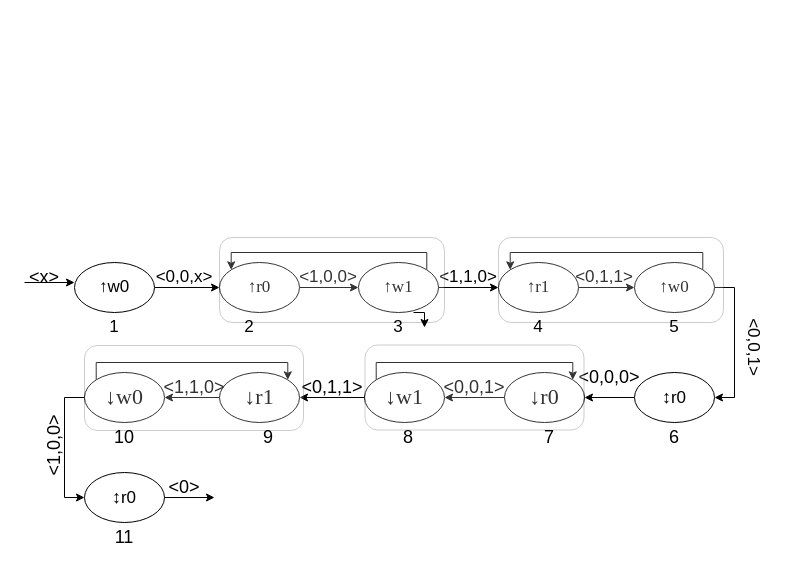
shanshan-lu/homwork keeps this draw.io diagram as doc/March C.drawio. Above is the earlier version. Source tidied: cells renumbered, new cells numbered last; positions are measured from the earlier drawing's top-left corner, leaving out a move shared by most shapes. Both pictures are drawn from the tidied source at 100%, with x=0, y=0 at pixel (24, 82).
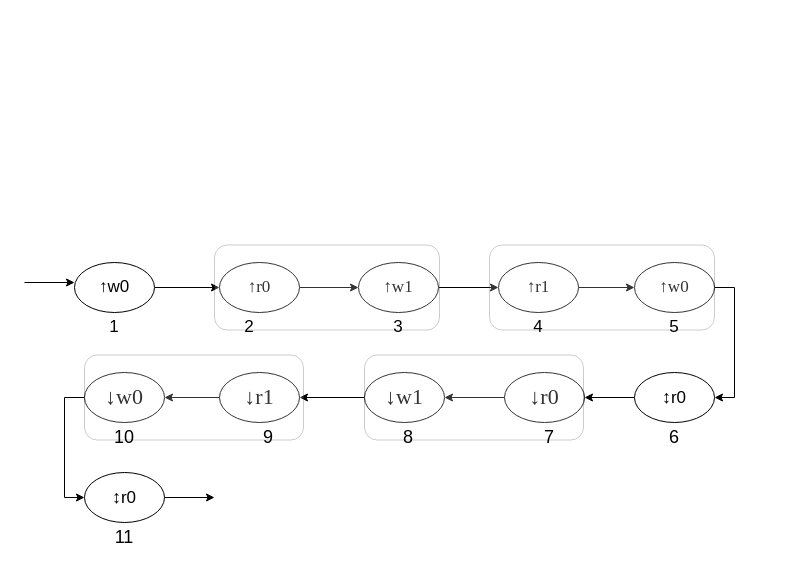
Above is the later version.

Unchanged cells that the change refers to:
```xml
<mxCell id="5" value="&lt;span style=&quot;font-family: &amp;quot;Times New Roman&amp;quot;;&quot;&gt;↑r0&lt;/span&gt;" style="ellipse;whiteSpace=wrap;html=1;fontSize=17;" parent="1" vertex="1">
  <mxGeometry x="195" y="180" width="80" height="50" as="geometry" />
</mxCell>
<mxCell id="8" value="&lt;span style=&quot;font-family: &amp;quot;Times New Roman&amp;quot;;&quot;&gt;↑w1&lt;/span&gt;" style="ellipse;whiteSpace=wrap;html=1;fontSize=17;" parent="1" vertex="1">
  <mxGeometry x="334" y="180" width="80" height="50" as="geometry" />
</mxCell>
<mxCell id="13" value="&lt;span style=&quot;font-family: &amp;quot;Times New Roman&amp;quot;;&quot;&gt;↑r1&lt;/span&gt;" style="ellipse;whiteSpace=wrap;html=1;fontSize=17;" parent="1" vertex="1">
  <mxGeometry x="474" y="180" width="80" height="50" as="geometry" />
</mxCell>
<mxCell id="17" value="3" style="text;html=1;strokeColor=none;fillColor=none;align=center;verticalAlign=middle;whiteSpace=wrap;rounded=0;glass=0;fontSize=17;opacity=20;" parent="1" vertex="1">
  <mxGeometry x="344" y="230" width="60" height="30" as="geometry" />
</mxCell>
<mxCell id="20" value="&lt;span style=&quot;font-family: &amp;quot;Times New Roman&amp;quot;;&quot;&gt;↑w0&lt;/span&gt;" style="ellipse;whiteSpace=wrap;html=1;fontSize=17;" parent="1" vertex="1">
  <mxGeometry x="610" y="180" width="80" height="50" as="geometry" />
</mxCell>
<mxCell id="30" value="&lt;span style=&quot;font-family: &amp;quot;Times New Roman&amp;quot;; font-size: 22px;&quot;&gt;↓w1&lt;/span&gt;" style="ellipse;whiteSpace=wrap;html=1;fontSize=17;" parent="1" vertex="1">
  <mxGeometry x="340" y="290" width="80" height="50" as="geometry" />
</mxCell>
<mxCell id="32" value="&lt;span style=&quot;font-family: &amp;quot;Times New Roman&amp;quot;; font-size: 22px;&quot;&gt;↓r1&lt;/span&gt;" style="ellipse;whiteSpace=wrap;html=1;fontSize=17;" parent="1" vertex="1">
  <mxGeometry x="195" y="290" width="80" height="50" as="geometry" />
</mxCell>
<mxCell id="36" value="&lt;span style=&quot;font-family: &amp;quot;Times New Roman&amp;quot;; font-size: 22px;&quot;&gt;↓w0&lt;/span&gt;" style="ellipse;whiteSpace=wrap;html=1;fontSize=17;" parent="1" vertex="1">
  <mxGeometry x="60" y="290" width="80" height="50" as="geometry" />
</mxCell>
<mxCell id="38" value="&lt;span style=&quot;font-family: &amp;quot;Times New Roman&amp;quot;; font-size: 22px;&quot;&gt;↓r0&lt;/span&gt;" style="ellipse;whiteSpace=wrap;html=1;fontSize=17;" parent="1" vertex="1">
  <mxGeometry x="480" y="290" width="80" height="50" as="geometry" />
</mxCell>
```

What changed in the source:
```diff
@@
-    <mxCell id="7" style="edgeStyle=orthogonalEdgeStyle;rounded=0;jettySize=auto;html=1;exitX=1;exitY=0;exitDx=0;exitDy=0;entryX=0;entryY=0;entryDx=0;entryDy=0;fontSize=17;" parent="1" edge="1" source="8" target="5">
-      <mxGeometry relative="1" as="geometry">
-        <Array as="points">
-          <mxPoint x="402" y="170" />
-          <mxPoint x="207" y="170" />
-        </Array>
-      </mxGeometry>
-    </mxCell>
@@
-    <mxCell id="9" value="&amp;lt;0,0,x&amp;gt;" style="text;html=1;strokeColor=none;fillColor=none;align=center;verticalAlign=middle;whiteSpace=wrap;rounded=0;glass=0;fontSize=17;opacity=20;" parent="1" vertex="1">
-      <mxGeometry x="130" y="180" width="60" height="30" as="geometry" />
-    </mxCell>
-    <mxCell id="10" value="&amp;lt;1,0,0&amp;gt;" style="text;html=1;strokeColor=none;fillColor=none;align=center;verticalAlign=middle;whiteSpace=wrap;rounded=0;glass=0;fontSize=17;opacity=20;" parent="1" vertex="1">
-      <mxGeometry x="274" y="180" width="60" height="30" as="geometry" />
-    </mxCell>
-    <mxCell id="11" value="&amp;lt;1,1,0&amp;gt;" style="text;html=1;strokeColor=none;fillColor=none;align=center;verticalAlign=middle;whiteSpace=wrap;rounded=0;glass=0;fontSize=17;opacity=20;" parent="1" vertex="1">
-      <mxGeometry x="414" y="180" width="60" height="30" as="geometry" />
-    </mxCell>
@@
     <mxCell id="14" style="rounded=1;whiteSpace=wrap;html=1;glass=0;fontSize=17;strokeColor=#000000;opacity=20;" parent="1" vertex="1">
-      <mxGeometry x="195" y="155" width="225" height="85" as="geometry" />
+      <mxGeometry x="190" y="162.5" width="225" height="85" as="geometry" />
     </mxCell>
@@
-    <mxCell id="18" style="edgeStyle=orthogonalEdgeStyle;rounded=0;jettySize=auto;html=1;exitX=1;exitY=0;exitDx=0;exitDy=0;entryX=0;entryY=0;entryDx=0;entryDy=0;fontSize=17;" parent="1" edge="1" source="20" target="13">
-      <mxGeometry relative="1" as="geometry">
-        <Array as="points">
-          <mxPoint x="678" y="170" />
-          <mxPoint x="486" y="170" />
-        </Array>
-      </mxGeometry>
-    </mxCell>
@@
-    <mxCell id="21" value="&amp;lt;0,1,1&amp;gt;" style="text;html=1;strokeColor=none;fillColor=none;align=center;verticalAlign=middle;whiteSpace=wrap;rounded=0;glass=0;fontSize=17;opacity=20;" parent="1" vertex="1">
-      <mxGeometry x="550" y="180" width="60" height="30" as="geometry" />
-    </mxCell>
     <mxCell id="22" style="rounded=1;whiteSpace=wrap;html=1;glass=0;fontSize=17;strokeColor=#000000;opacity=20;" parent="1" vertex="1">
-      <mxGeometry x="474" y="155" width="225" height="85" as="geometry" />
+      <mxGeometry x="465" y="162.5" width="225" height="85" as="geometry" />
     </mxCell>
@@
-    <mxCell id="27" value="&amp;lt;0,0,1&amp;gt;" style="text;html=1;strokeColor=none;fillColor=none;align=center;verticalAlign=middle;whiteSpace=wrap;rounded=0;glass=0;fontSize=17;opacity=20;rotation=90;" parent="1" vertex="1">
-      <mxGeometry x="699" y="250" width="60" height="30" as="geometry" />
-    </mxCell>
@@
-    <mxCell id="29" style="edgeStyle=orthogonalEdgeStyle;rounded=0;jettySize=auto;html=1;exitX=0;exitY=0;exitDx=0;exitDy=0;entryX=1;entryY=0;entryDx=0;entryDy=0;fontSize=18;" parent="1" edge="1" source="30" target="38">
-      <mxGeometry relative="1" as="geometry">
-        <Array as="points">
-          <mxPoint x="352" y="280" />
-          <mxPoint x="548" y="280" />
-        </Array>
-      </mxGeometry>
-    </mxCell>
@@
-    <mxCell id="35" style="edgeStyle=orthogonalEdgeStyle;rounded=0;jettySize=auto;html=1;exitX=0;exitY=0;exitDx=0;exitDy=0;entryX=1;entryY=0;entryDx=0;entryDy=0;fontSize=18;" parent="1" edge="1" source="36" target="32">
-      <mxGeometry relative="1" as="geometry">
-        <Array as="points">
-          <mxPoint x="72" y="280" />
-          <mxPoint x="263" y="280" />
-        </Array>
-      </mxGeometry>
-    </mxCell>
@@
-    <mxCell id="39" value="&amp;lt;0,0,0&amp;gt;" style="text;html=1;strokeColor=none;fillColor=none;align=center;verticalAlign=middle;whiteSpace=wrap;rounded=0;glass=0;fontSize=18;opacity=20;" parent="1" vertex="1">
-      <mxGeometry x="555" y="280" width="60" height="30" as="geometry" />
-    </mxCell>
-    <mxCell id="40" value="&amp;lt;0,0,1&amp;gt;" style="text;html=1;strokeColor=none;fillColor=none;align=center;verticalAlign=middle;whiteSpace=wrap;rounded=0;glass=0;fontSize=18;opacity=20;" parent="1" vertex="1">
-      <mxGeometry x="420" y="290" width="60" height="30" as="geometry" />
-    </mxCell>
-    <mxCell id="41" value="&amp;lt;0,1,1&amp;gt;" style="text;html=1;strokeColor=none;fillColor=none;align=center;verticalAlign=middle;whiteSpace=wrap;rounded=0;glass=0;fontSize=18;opacity=20;" parent="1" vertex="1">
-      <mxGeometry x="277.5" y="290" width="60" height="30" as="geometry" />
-    </mxCell>
     <mxCell id="42" style="rounded=1;whiteSpace=wrap;html=1;glass=0;fontSize=17;strokeColor=#000000;opacity=20;" parent="1" vertex="1">
-      <mxGeometry x="340.5" y="262.5" width="219" height="85" as="geometry" />
+      <mxGeometry x="340" y="272.5" width="219" height="85" as="geometry" />
     </mxCell>
-    <mxCell id="43" value="&amp;lt;1,1,0&amp;gt;" style="text;html=1;strokeColor=none;fillColor=none;align=center;verticalAlign=middle;whiteSpace=wrap;rounded=0;glass=0;fontSize=18;opacity=20;" parent="1" vertex="1">
-      <mxGeometry x="140" y="290" width="60" height="30" as="geometry" />
-    </mxCell>
-    <mxCell id="44" value="&amp;lt;1,0,0&amp;gt;" style="text;html=1;strokeColor=none;fillColor=none;align=center;verticalAlign=middle;whiteSpace=wrap;rounded=0;glass=0;fontSize=18;opacity=20;rotation=270;" parent="1" vertex="1">
-      <mxGeometry y="348" width="60" height="30" as="geometry" />
-    </mxCell>
@@
     <mxCell id="47" style="rounded=1;whiteSpace=wrap;html=1;glass=0;fontSize=17;strokeColor=#000000;opacity=20;" parent="1" vertex="1">
-      <mxGeometry x="60" y="263" width="219" height="85" as="geometry" />
+      <mxGeometry x="60" y="272.5" width="219" height="85" as="geometry" />
     </mxCell>
-    <mxCell id="48" value="&amp;lt;x&amp;gt;" style="text;html=1;strokeColor=none;fillColor=none;align=center;verticalAlign=middle;whiteSpace=wrap;rounded=0;glass=0;fontSize=18;opacity=20;" parent="1" vertex="1">
-      <mxGeometry y="180" width="40" height="30" as="geometry" />
-    </mxCell>
-    <mxCell id="49" value="&amp;lt;0&amp;gt;" style="text;html=1;strokeColor=none;fillColor=none;align=center;verticalAlign=middle;whiteSpace=wrap;rounded=0;glass=0;fontSize=18;opacity=20;" parent="1" vertex="1">
-      <mxGeometry x="130" y="390" width="60" height="30" as="geometry" />
-    </mxCell>
@@
-    <mxCell id="56" style="edgeStyle=orthogonalEdgeStyle;rounded=0;jettySize=auto;html=1;exitX=0.75;exitY=0;exitDx=0;exitDy=0;fontSize=18;" parent="1" edge="1" source="17">
-      <mxGeometry relative="1" as="geometry">
-        <mxPoint x="400" y="245" as="targetPoint" />
-      </mxGeometry>
-    </mxCell>
     <mxCell id="57" style="edgeStyle=orthogonalEdgeStyle;rounded=0;orthogonalLoop=1;jettySize=auto;html=1;exitX=0.5;exitY=1;exitDx=0;exitDy=0;fontSize=18;" parent="1" edge="1">
       <mxGeometry relative="1" as="geometry">
-        <mxPoint x="405" as="sourcePoint" />
-        <mxPoint x="405" as="targetPoint" />
+        <mxPoint x="346" y="-57.5" as="sourcePoint" />
+        <mxPoint x="346" y="-57.5" as="targetPoint" />
       </mxGeometry>
     </mxCell>
```
